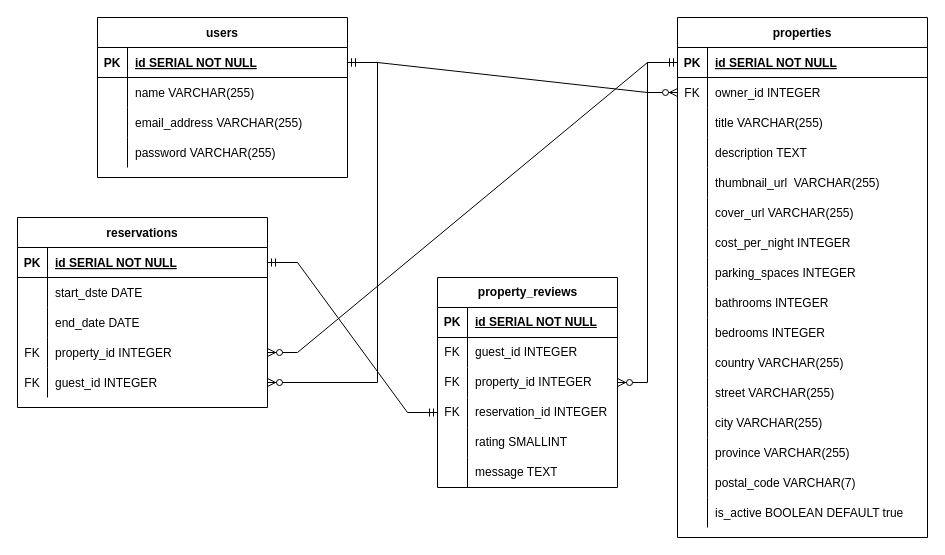
Above: ERD/lightbnb.drawio in Jdob11/lightbnb (draw.io), before the change. Source tidied: cells renumbered, new cells numbered last; positions are measured from the earlier drawing's top-left corner, leaving out a move shared by most shapes. Both pictures are drawn from the tidied source at 100%, with x=0, y=0 at pixel (17, 17).
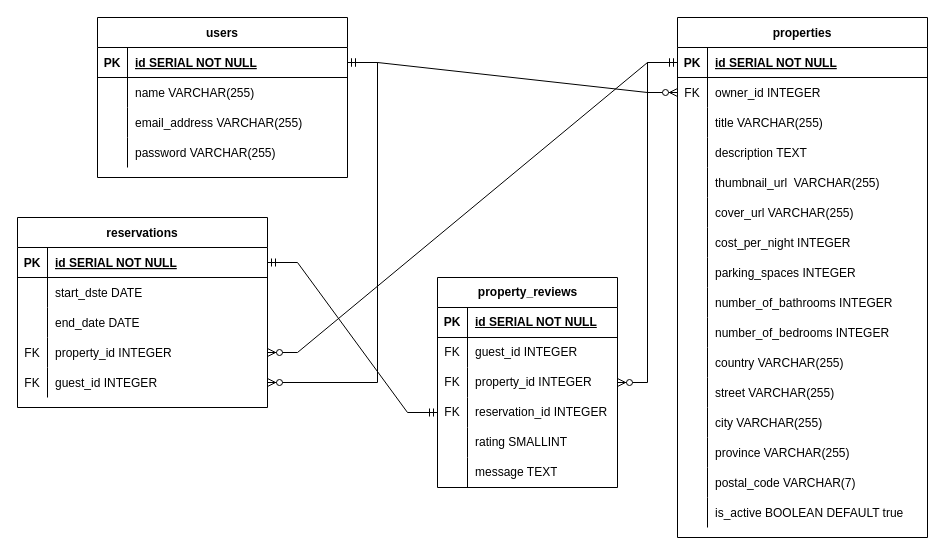
The same page after the edit.

The change refers to these unchanged cells:
```xml
<mxCell id="27" style="shape=partialRectangle;fillColor=none;top=0;left=0;right=0;bottom=0;" parent="2" vertex="1">
  <mxGeometry y="270" width="250" height="30" as="geometry" />
</mxCell>
<mxCell id="30" style="shape=partialRectangle;fillColor=none;top=0;left=0;right=0;bottom=0;" parent="2" vertex="1">
  <mxGeometry y="300" width="250" height="30" as="geometry" />
</mxCell>
```

What changed in the source:
```diff
@@
-    <mxCell id="29" value="bathrooms INTEGER" style="shape=partialRectangle;overflow=hidden;fillColor=none;top=0;left=0;bottom=0;right=0;align=left;spacingLeft=6;" parent="27" vertex="1">
+    <mxCell id="29" value="number_of_bathrooms INTEGER" style="shape=partialRectangle;overflow=hidden;fillColor=none;top=0;left=0;bottom=0;right=0;align=left;spacingLeft=6;" parent="27" vertex="1">
       <mxGeometry x="30" width="220" height="30" as="geometry" />
     </mxCell>
@@
-    <mxCell id="32" value="bedrooms INTEGER" style="shape=partialRectangle;overflow=hidden;fillColor=none;top=0;left=0;bottom=0;right=0;align=left;spacingLeft=6;" parent="30" vertex="1">
+    <mxCell id="32" value="number_of_bedrooms INTEGER" style="shape=partialRectangle;overflow=hidden;fillColor=none;top=0;left=0;bottom=0;right=0;align=left;spacingLeft=6;" parent="30" vertex="1">
       <mxGeometry x="30" width="220" height="30" as="geometry" />
     </mxCell>
```
